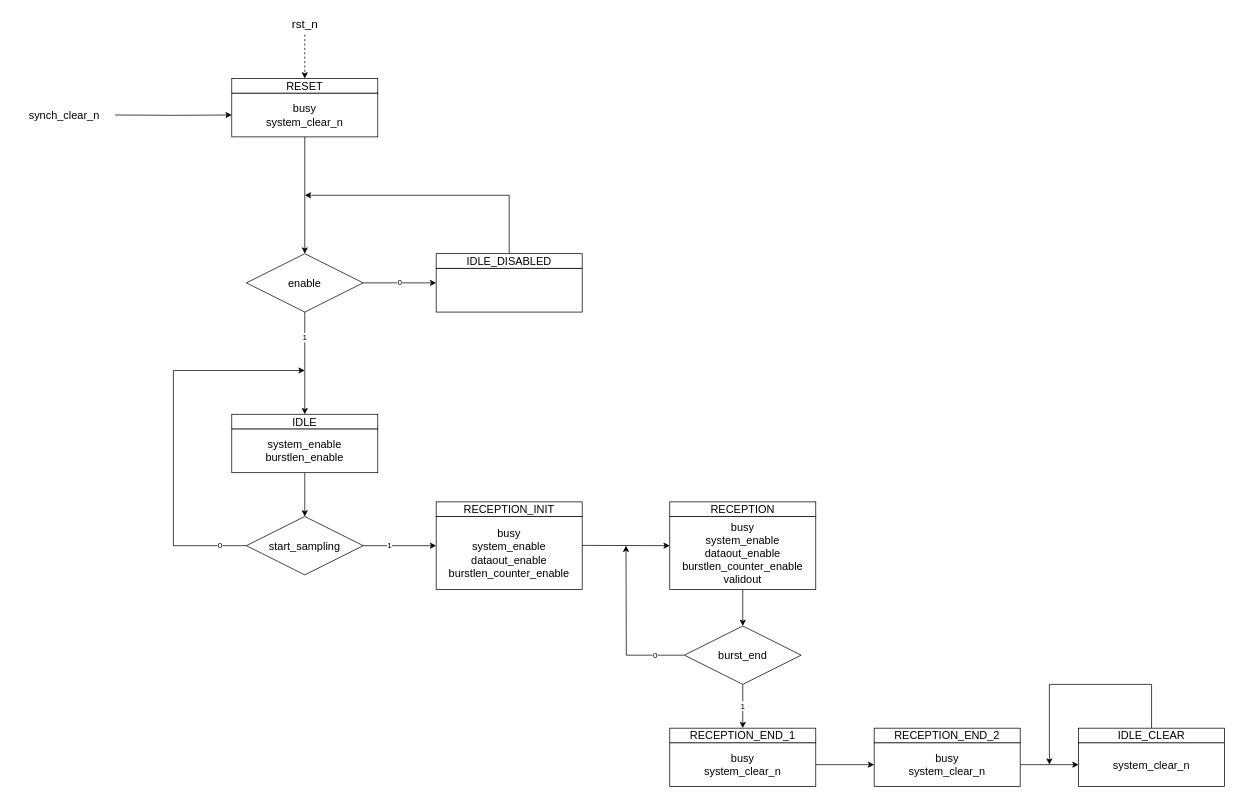
AndreaBononi/IP_cores keeps this draw.io diagram as page "synchronizer: FSM" (6 of 10) of IP_cores/AvalonMM_to_hRAM/SSRAM_to_hRAM_v1/rtl/SSRAM_to_hRAM.drawio. Above is the earlier version. Source tidied: cells renumbered, new cells numbered last; positions are measured from the earlier drawing's top-left corner, leaving out a move shared by most shapes. Both pictures are drawn from the tidied source at 73%, with x=0, y=0 at pixel (12, 12).
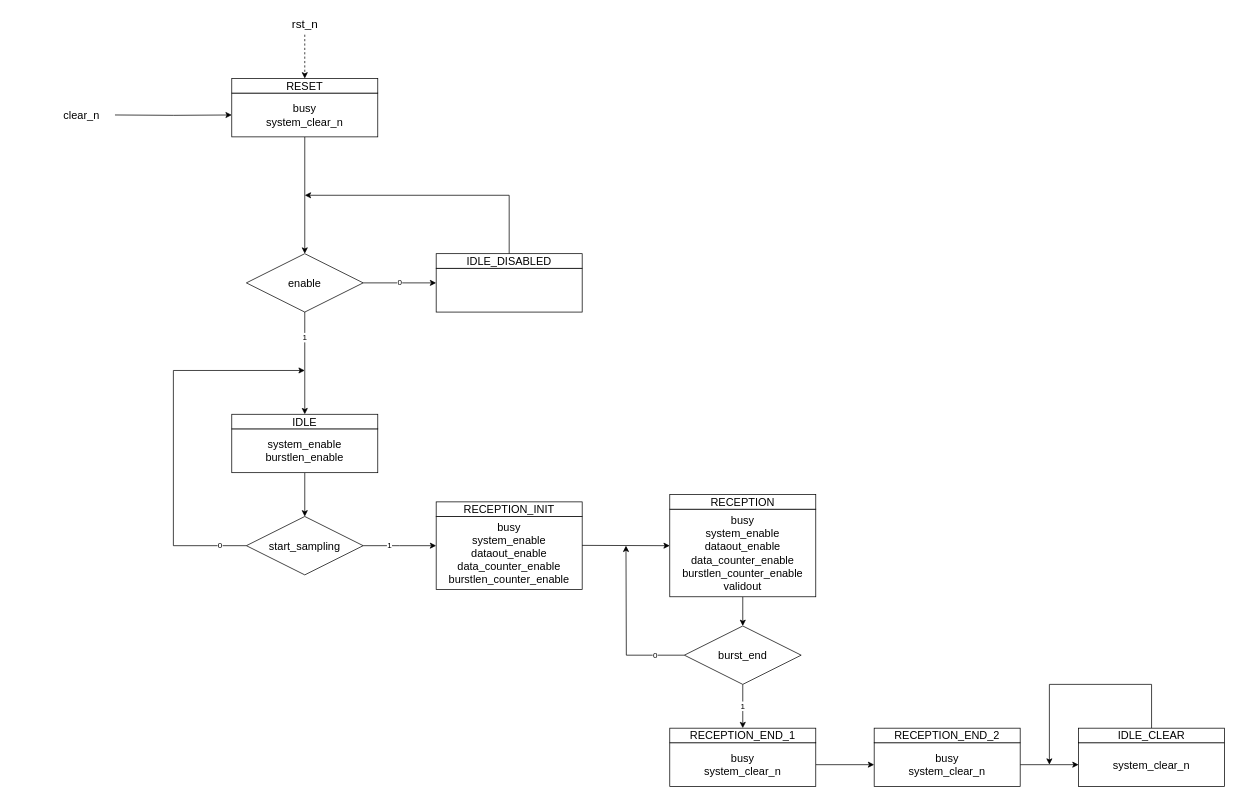
After the change.

What changed in the source:
```diff
@@
-    <mxCell id="17" value="&lt;div style=&quot;font-size: 15px;&quot;&gt;&lt;font style=&quot;font-size: 15px;&quot;&gt;busy&lt;/font&gt;&lt;/div&gt;&lt;div style=&quot;font-size: 15px;&quot;&gt;&lt;font style=&quot;font-size: 15px;&quot;&gt;system_enable&lt;/font&gt;&lt;/div&gt;&lt;div style=&quot;font-size: 15px;&quot;&gt;&lt;font style=&quot;font-size: 15px;&quot;&gt;dataout_enable&lt;/font&gt;&lt;/div&gt;&lt;div style=&quot;font-size: 15px;&quot;&gt;&lt;font style=&quot;font-size: 15px;&quot;&gt;burstlen_counter_enable&lt;font style=&quot;font-size: 15px;&quot;&gt;&lt;br&gt;&lt;/font&gt;&lt;/font&gt;&lt;/div&gt;" style="rounded=0;whiteSpace=wrap;html=1;" parent="1" vertex="1">
+    <mxCell id="17" value="&lt;div style=&quot;font-size: 15px;&quot;&gt;&lt;font style=&quot;font-size: 15px;&quot;&gt;busy&lt;/font&gt;&lt;/div&gt;&lt;div style=&quot;font-size: 15px;&quot;&gt;&lt;font style=&quot;font-size: 15px;&quot;&gt;system_enable&lt;/font&gt;&lt;/div&gt;&lt;div style=&quot;font-size: 15px;&quot;&gt;&lt;font style=&quot;font-size: 15px;&quot;&gt;dataout_enable&lt;/font&gt;&lt;/div&gt;&lt;div style=&quot;font-size: 15px;&quot;&gt;&lt;font style=&quot;font-size: 15px;&quot;&gt;data_counter_enable&lt;br&gt;&lt;/font&gt;&lt;/div&gt;&lt;div style=&quot;font-size: 15px;&quot;&gt;&lt;font style=&quot;font-size: 15px;&quot;&gt;burstlen_counter_enable&lt;font style=&quot;font-size: 15px;&quot;&gt;&lt;br&gt;&lt;/font&gt;&lt;/font&gt;&lt;/div&gt;" style="rounded=0;whiteSpace=wrap;html=1;" parent="1" vertex="1">
       <mxGeometry x="580" y="690" width="200" height="100" as="geometry" />
     </mxCell>
@@
-    <mxCell id="20" value="&lt;div style=&quot;font-size: 15px;&quot;&gt;&lt;font style=&quot;font-size: 15px;&quot;&gt;busy&lt;/font&gt;&lt;/div&gt;&lt;div style=&quot;font-size: 15px;&quot;&gt;&lt;font style=&quot;font-size: 15px;&quot;&gt;system_enable&lt;/font&gt;&lt;/div&gt;&lt;div style=&quot;font-size: 15px;&quot;&gt;&lt;font style=&quot;font-size: 15px;&quot;&gt;dataout_enable&lt;/font&gt;&lt;/div&gt;&lt;div style=&quot;font-size: 15px;&quot;&gt;&lt;font style=&quot;font-size: 15px;&quot;&gt;burstlen_counter_enable&lt;font style=&quot;font-size: 15px;&quot;&gt;&lt;br&gt;&lt;/font&gt;&lt;/font&gt;&lt;/div&gt;&lt;div style=&quot;font-size: 15px;&quot;&gt;validout&lt;br&gt;&lt;/div&gt;" style="rounded=0;whiteSpace=wrap;html=1;" parent="1" vertex="1">
-      <mxGeometry x="900" y="690" width="200" height="100" as="geometry" />
+    <mxCell id="20" value="&lt;div style=&quot;font-size: 15px;&quot;&gt;&lt;font style=&quot;font-size: 15px;&quot;&gt;busy&lt;/font&gt;&lt;/div&gt;&lt;div style=&quot;font-size: 15px;&quot;&gt;&lt;font style=&quot;font-size: 15px;&quot;&gt;system_enable&lt;/font&gt;&lt;/div&gt;&lt;div style=&quot;font-size: 15px;&quot;&gt;&lt;font style=&quot;font-size: 15px;&quot;&gt;dataout_enable&lt;/font&gt;&lt;/div&gt;&lt;div style=&quot;font-size: 15px;&quot;&gt;&lt;font style=&quot;font-size: 15px;&quot;&gt;data_counter_enable&lt;/font&gt;&lt;/div&gt;&lt;div style=&quot;font-size: 15px;&quot;&gt;&lt;font style=&quot;font-size: 15px;&quot;&gt;burstlen_counter_enable&lt;font style=&quot;font-size: 15px;&quot;&gt;&lt;br&gt;&lt;/font&gt;&lt;/font&gt;&lt;/div&gt;&lt;div style=&quot;font-size: 15px;&quot;&gt;validout&lt;br&gt;&lt;/div&gt;" style="rounded=0;whiteSpace=wrap;html=1;" parent="1" vertex="1">
+      <mxGeometry x="900" y="680" width="200" height="120" as="geometry" />
     </mxCell>
     <mxCell id="21" value="&lt;font style=&quot;font-size: 15px;&quot;&gt;RECEPTION&lt;/font&gt;" style="rounded=0;whiteSpace=wrap;html=1;" parent="1" vertex="1">
-      <mxGeometry x="900" y="670" width="200" height="20" as="geometry" />
+      <mxGeometry x="900" y="660" width="200" height="20" as="geometry" />
     </mxCell>
@@
-    <mxCell id="29" value="&lt;font style=&quot;font-size: 15px;&quot;&gt;synch_clear_n&lt;/font&gt;" style="text;html=1;align=right;verticalAlign=middle;strokeColor=none;fillColor=none;" parent="1" vertex="1">
-      <mxGeometry y="125" width="120" height="30" as="geometry" />
+    <mxCell id="29" value="&lt;font style=&quot;font-size: 15px;&quot;&gt;clear_n&lt;/font&gt;" style="text;html=1;align=right;verticalAlign=middle;strokeColor=none;fillColor=none;" parent="1" vertex="1">
+      <mxGeometry x="50" y="125" width="70" height="30" as="geometry" />
     </mxCell>
```
